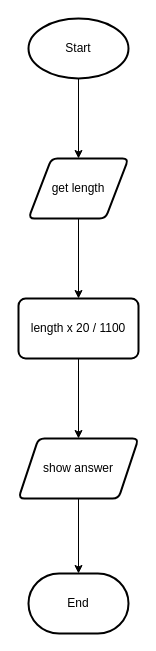
Ethan-Prieur1/ics4u-unit1-01-typescript keeps this draw.io diagram as design/flowchart.drawio. Above is the earlier version. Source tidied: cells renumbered, new cells numbered last; positions are measured from the earlier drawing's top-left corner, leaving out a move shared by most shapes. Both pictures are drawn from the tidied source at 100%, with x=0, y=0 at pixel (18, 18).
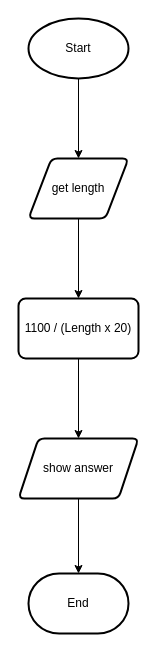
Above is the later version.

Change to the diagram source:
```diff
@@
 <mxGraphModel>
   <root>
     <mxCell id="0" />
     <mxCell id="1" parent="0" />
     <mxCell id="2" style="edgeStyle=none;html=1;" parent="1" edge="1" source="3" target="5">
       <mxGeometry relative="1" as="geometry" />
     </mxCell>
     <mxCell id="3" value="Start" style="strokeWidth=2;html=1;shape=mxgraph.flowchart.start_1;whiteSpace=wrap;" parent="1" vertex="1">
       <mxGeometry x="10" width="100" height="60" as="geometry" />
     </mxCell>
     <mxCell id="4" style="edgeStyle=none;html=1;" parent="1" edge="1" source="5" target="7">
       <mxGeometry relative="1" as="geometry" />
     </mxCell>
     <mxCell id="5" value="get length" style="shape=parallelogram;html=1;strokeWidth=2;perimeter=parallelogramPerimeter;whiteSpace=wrap;rounded=1;arcSize=12;size=0.23;" parent="1" vertex="1">
       <mxGeometry x="10" y="140" width="100" height="60" as="geometry" />
     </mxCell>
     <mxCell id="6" style="edgeStyle=none;html=1;" parent="1" edge="1" source="7" target="9">
       <mxGeometry relative="1" as="geometry" />
     </mxCell>
-    <mxCell id="7" value="length x 20 / 1100" style="whiteSpace=wrap;html=1;strokeWidth=2;rounded=1;arcSize=12;" parent="1" vertex="1">
+    <mxCell id="7" value="1100 / (Length x 20)" style="whiteSpace=wrap;html=1;strokeWidth=2;rounded=1;arcSize=12;" parent="1" vertex="1">
       <mxGeometry y="280" width="120" height="60" as="geometry" />
     </mxCell>
     <mxCell id="8" style="edgeStyle=none;html=1;" parent="1" edge="1" source="9" target="10">
       <mxGeometry relative="1" as="geometry" />
     </mxCell>
     <mxCell id="9" value="show answer" style="shape=parallelogram;perimeter=parallelogramPerimeter;whiteSpace=wrap;html=1;fixedSize=1;strokeWidth=2;rounded=1;arcSize=12;" parent="1" vertex="1">
       <mxGeometry y="420" width="120" height="60" as="geometry" />
     </mxCell>
     <mxCell id="10" value="End" style="strokeWidth=2;html=1;shape=mxgraph.flowchart.terminator;whiteSpace=wrap;" parent="1" vertex="1">
       <mxGeometry x="10" y="555" width="100" height="60" as="geometry" />
     </mxCell>
   </root>
 </mxGraphModel>
```
